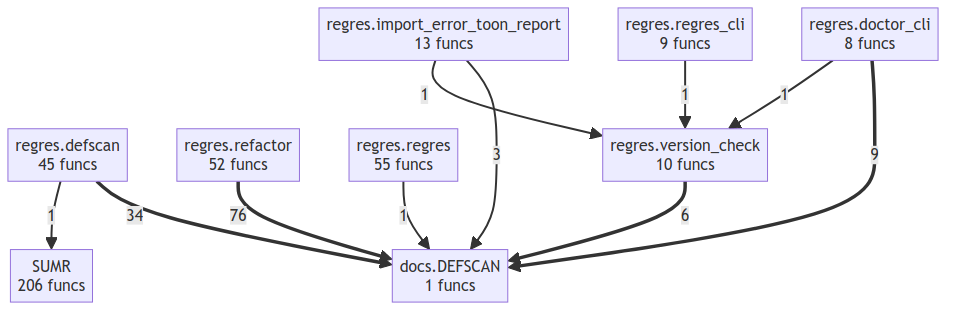
Above: project/compact_flow.png in semcod/regres (Mermaid), before the change. Its source is kept beside it as project/compact_flow.mmd.
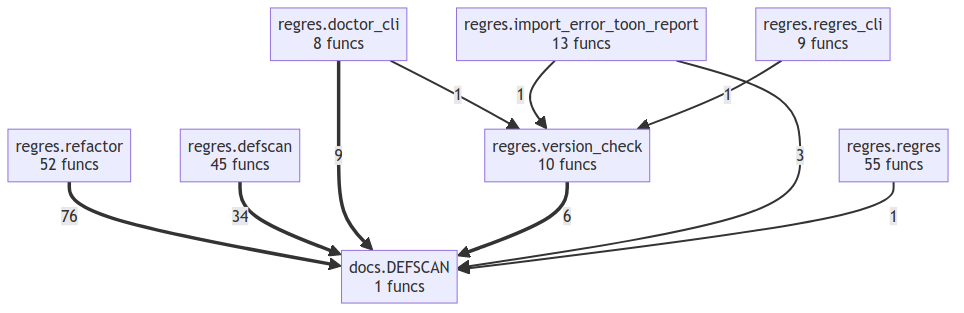
Above is the later version.

The edit, as a diff of the source:
```diff
@@ -1,5 +1,4 @@
 flowchart TD
-    SUMR["SUMR<br/>206 funcs"]
     docs__DEFSCAN["docs.DEFSCAN<br/>1 funcs"]
     regres__defscan["regres.defscan<br/>45 funcs"]
     regres__doctor_cli["regres.doctor_cli<br/>8 funcs"]
@@ -14,7 +13,6 @@
     regres__version_check ==>|6| docs__DEFSCAN
     regres__import_error_toon_report -->|3| docs__DEFSCAN
     regres__regres -->|1| docs__DEFSCAN
-    regres__regres_cli -->|1| regres__version_check
-    regres__defscan -->|1| SUMR
     regres__doctor_cli -->|1| regres__version_check
     regres__import_error_toon_report -->|1| regres__version_check
+    regres__regres_cli -->|1| regres__version_check
```
